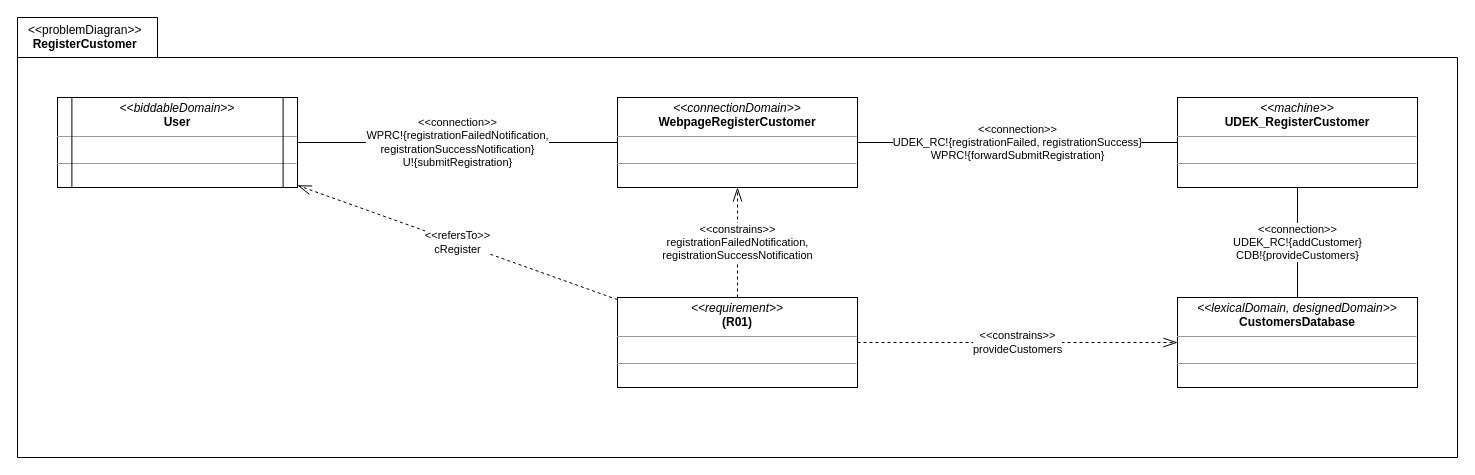
This is page "PD" (1 of 2) of a03_problem_diagram_1.drawio from melvdlin/swtlab, a draw.io file, before an edit. Source tidied: cells renumbered, new cells numbered last; positions are measured from the earlier drawing's top-left corner, leaving out a move shared by most shapes. Both pictures are drawn from the tidied source at 100%, with x=0, y=0 at pixel (17, 17).
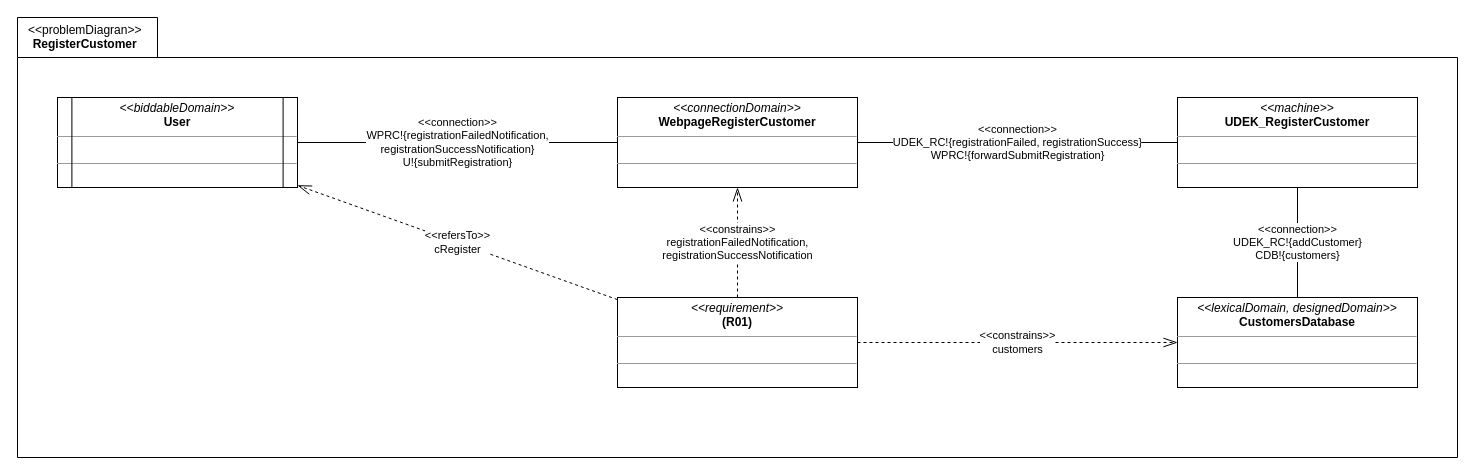
The same diagram, later.

Change to the diagram source:
```diff
@@
 <mxGraphModel>
   <root>
     <mxCell id="0" />
     <mxCell id="1" parent="0" />
     <mxCell id="2" value="&lt;div&gt;&lt;span style=&quot;font-weight: 400&quot;&gt;&amp;lt;&amp;lt;problemDiagran&amp;gt;&amp;gt;&lt;/span&gt;&lt;/div&gt;&lt;div style=&quot;text-align: center&quot;&gt;RegisterCustomer&lt;/div&gt;" style="shape=folder;fontStyle=1;spacingTop=1;tabWidth=140;tabHeight=40;tabPosition=left;html=1;rounded=0;shadow=0;glass=0;comic=0;sketch=0;gradientColor=none;labelPosition=center;verticalLabelPosition=middle;align=left;verticalAlign=top;spacing=0;spacingLeft=11;fillColor=default;" parent="1" vertex="1">
       <mxGeometry width="1440" height="440" as="geometry" />
     </mxCell>
     <mxCell id="3" style="group;" parent="2" vertex="1">
       <mxGeometry x="40" y="80" width="1360" height="290" as="geometry" />
     </mxCell>
     <mxCell id="4" style="group;" parent="3" vertex="1">
       <mxGeometry width="240" height="90" as="geometry" />
     </mxCell>
     <mxCell id="5" value="&lt;p style=&quot;margin: 0px ; margin-top: 4px ; text-align: center&quot;&gt;&lt;i&gt;&amp;lt;&amp;lt;biddableDomain&amp;gt;&amp;gt;&lt;/i&gt;&lt;br&gt;&lt;b&gt;User&lt;/b&gt;&lt;/p&gt;&lt;hr size=&quot;1&quot;&gt;&lt;p style=&quot;margin: 0px ; margin-left: 4px&quot;&gt;&lt;br&gt;&lt;/p&gt;&lt;hr size=&quot;1&quot;&gt;&lt;p style=&quot;margin: 0px ; margin-left: 4px&quot;&gt;&lt;br&gt;&lt;/p&gt;" style="verticalAlign=top;align=left;overflow=fill;fontSize=12;fontFamily=Helvetica;html=1;rounded=0;shadow=0;glass=0;comic=0;sketch=0;fontColor=default;gradientColor=none;points=[[0,0,0,0,0],[0,0.24,0,0,0],[0,0.5,0,0,0],[0,0.76,0,0,0],[0,1,0,0,0],[0.06,0,0,0,0],[0.06,1,0,0,0],[0.13,0,0,0,0],[0.13,1,0,0,0],[0.25,0,0,0,0],[0.25,1,0,0,0],[0.5,0,0,0,0],[0.5,1,0,0,0],[0.75,0,0,0,0],[0.75,1,0,0,0],[0.88,0,0,0,0],[0.88,1,0,0,0],[0.94,0,0,0,0],[0.94,1,0,0,0],[1,0,0,0,0],[1,0.26,0,0,0],[1,0.5,0,0,0],[1,0.76,0,0,0],[1,1,0,0,0]];" parent="4" vertex="1">
       <mxGeometry width="240" height="90" as="geometry" />
     </mxCell>
     <mxCell id="6" style="edgeStyle=none;shape=connector;rounded=0;orthogonalLoop=1;jettySize=auto;html=1;exitX=0.06;exitY=0;exitDx=0;exitDy=0;exitPerimeter=0;entryX=0.06;entryY=1;entryDx=0;entryDy=0;entryPerimeter=0;labelBackgroundColor=default;fontFamily=Helvetica;fontSize=11;fontColor=default;endArrow=none;endFill=0;strokeColor=default;strokeWidth=1;" parent="4" edge="1" source="5" target="5">
       <mxGeometry relative="1" as="geometry" />
     </mxCell>
     <mxCell id="7" style="edgeStyle=none;shape=connector;rounded=0;orthogonalLoop=1;jettySize=auto;html=1;exitX=0.94;exitY=0;exitDx=0;exitDy=0;exitPerimeter=0;entryX=0.94;entryY=1;entryDx=0;entryDy=0;entryPerimeter=0;labelBackgroundColor=default;fontFamily=Helvetica;fontSize=11;fontColor=default;endArrow=none;endFill=0;strokeColor=default;strokeWidth=1;" parent="4" edge="1" source="5" target="5">
       <mxGeometry relative="1" as="geometry" />
     </mxCell>
     <mxCell id="8" value="&lt;p style=&quot;margin: 0px ; margin-top: 4px ; text-align: center&quot;&gt;&lt;i&gt;&amp;lt;&amp;lt;machine&amp;gt;&amp;gt;&lt;/i&gt;&lt;br&gt;&lt;b&gt;UDEK_RegisterCustomer&lt;/b&gt;&lt;/p&gt;&lt;hr size=&quot;1&quot;&gt;&lt;p style=&quot;margin: 0px ; margin-left: 4px&quot;&gt;&lt;br&gt;&lt;/p&gt;&lt;hr size=&quot;1&quot;&gt;&lt;p style=&quot;margin: 0px ; margin-left: 4px&quot;&gt;&lt;br&gt;&lt;/p&gt;" style="verticalAlign=top;align=left;overflow=fill;fontSize=12;fontFamily=Helvetica;html=1;rounded=0;shadow=0;glass=0;comic=0;sketch=0;fontColor=default;gradientColor=none;" parent="3" vertex="1">
       <mxGeometry x="1120" width="240" height="90" as="geometry" />
     </mxCell>
     <mxCell id="9" value="&amp;lt;&amp;lt;connection&amp;gt;&amp;gt;&lt;br&gt;WPRC!{registrationFailedNotification,&lt;br&gt;registrationSuccessNotification}&lt;br&gt;U!{submitRegistration}" style="edgeStyle=none;rounded=0;jettySize=auto;html=1;endArrow=none;endFill=0;endSize=12;" parent="3" edge="1" source="11" target="5">
       <mxGeometry relative="1" as="geometry" />
     </mxCell>
     <mxCell id="10" value="&amp;lt;&amp;lt;connection&amp;gt;&amp;gt;&lt;br&gt;UDEK_RC!{registrationFailed, registrationSuccess}&lt;br&gt;WPRC!{forwardSubmitRegistration}&lt;br&gt;" style="edgeStyle=none;rounded=0;jettySize=auto;html=1;endArrow=none;endFill=0;endSize=12;" parent="3" edge="1" source="11" target="8">
       <mxGeometry relative="1" as="geometry" />
     </mxCell>
     <mxCell id="11" value="&lt;p style=&quot;margin: 0px ; margin-top: 4px ; text-align: center&quot;&gt;&lt;i&gt;&amp;lt;&amp;lt;connectionDomain&amp;gt;&amp;gt;&lt;/i&gt;&lt;br&gt;&lt;b&gt;WebpageRegisterCustomer&lt;/b&gt;&lt;/p&gt;&lt;hr size=&quot;1&quot;&gt;&lt;p style=&quot;margin: 0px ; margin-left: 4px&quot;&gt;&lt;br&gt;&lt;/p&gt;&lt;hr size=&quot;1&quot;&gt;&lt;p style=&quot;margin: 0px ; margin-left: 4px&quot;&gt;&lt;br&gt;&lt;/p&gt;" style="verticalAlign=top;align=left;overflow=fill;fontSize=12;fontFamily=Helvetica;html=1;rounded=0;shadow=0;glass=0;comic=0;sketch=0;fontColor=default;gradientColor=none;" parent="3" vertex="1">
       <mxGeometry x="560" width="240" height="90" as="geometry" />
     </mxCell>
     <mxCell id="12" value="&lt;p style=&quot;margin: 0px ; margin-top: 4px ; text-align: center&quot;&gt;&lt;i&gt;&amp;lt;&amp;lt;lexicalDomain, designedDomain&amp;gt;&amp;gt;&lt;/i&gt;&lt;br&gt;&lt;b&gt;CustomersDatabase&lt;/b&gt;&lt;/p&gt;&lt;hr size=&quot;1&quot;&gt;&lt;p style=&quot;margin: 0px ; margin-left: 4px&quot;&gt;&lt;br&gt;&lt;/p&gt;&lt;hr size=&quot;1&quot;&gt;&lt;p style=&quot;margin: 0px ; margin-left: 4px&quot;&gt;&lt;br&gt;&lt;/p&gt;" style="verticalAlign=top;align=left;overflow=fill;fontSize=12;fontFamily=Helvetica;html=1;rounded=0;shadow=0;glass=0;comic=0;sketch=0;fontColor=default;gradientColor=none;strokeWidth=1;" parent="3" vertex="1">
       <mxGeometry x="1120" y="200" width="240" height="90" as="geometry" />
     </mxCell>
-    <mxCell id="13" value="&amp;lt;&amp;lt;connection&amp;gt;&amp;gt;&lt;br&gt;UDEK_RC!{addCustomer}&lt;br&gt;CDB!{provideCustomers}" style="edgeStyle=none;rounded=0;jettySize=auto;html=1;endArrow=none;endFill=0;endSize=12;" parent="3" edge="1" source="8" target="12">
+    <mxCell id="13" value="&amp;lt;&amp;lt;connection&amp;gt;&amp;gt;&lt;br&gt;UDEK_RC!{addCustomer}&lt;br&gt;CDB!{customers}" style="edgeStyle=none;rounded=0;jettySize=auto;html=1;endArrow=none;endFill=0;endSize=12;" parent="3" edge="1" source="8" target="12">
       <mxGeometry relative="1" as="geometry" />
     </mxCell>
-    <mxCell id="14" value="&amp;lt;&amp;lt;constrains&amp;gt;&amp;gt;&lt;br&gt;provideCustomers" style="rounded=0;jettySize=auto;html=1;dashed=1;endArrow=openThin;endFill=0;endSize=12;" parent="3" edge="1" source="17" target="12">
+    <mxCell id="14" value="&amp;lt;&amp;lt;constrains&amp;gt;&amp;gt;&lt;br&gt;customers" style="rounded=0;jettySize=auto;html=1;dashed=1;endArrow=openThin;endFill=0;endSize=12;" parent="3" edge="1" source="17" target="12">
       <mxGeometry relative="1" as="geometry" />
     </mxCell>
     <mxCell id="15" value="&amp;lt;&amp;lt;refersTo&amp;gt;&amp;gt;&lt;br&gt;cRegister" style="edgeStyle=none;rounded=0;jettySize=auto;html=1;dashed=1;endArrow=openThin;endFill=0;endSize=12;" parent="3" edge="1" source="17" target="5">
       <mxGeometry relative="1" as="geometry" />
     </mxCell>
     <mxCell id="16" value="&amp;lt;&amp;lt;constrains&amp;gt;&amp;gt;&lt;br&gt;registrationFailedNotification,&lt;br&gt;registrationSuccessNotification" style="edgeStyle=none;rounded=0;jettySize=auto;html=1;dashed=1;endArrow=openThin;endFill=0;endSize=12;" parent="3" edge="1" source="17" target="11">
       <mxGeometry relative="1" as="geometry" />
     </mxCell>
     <mxCell id="17" value="&lt;p style=&quot;margin: 0px ; margin-top: 4px ; text-align: center&quot;&gt;&lt;i&gt;&amp;lt;&amp;lt;requirement&amp;gt;&amp;gt;&lt;/i&gt;&lt;br&gt;&lt;b&gt;(R01)&lt;/b&gt;&lt;/p&gt;&lt;hr size=&quot;1&quot;&gt;&lt;p style=&quot;margin: 0px ; margin-left: 4px&quot;&gt;&lt;br&gt;&lt;/p&gt;&lt;hr size=&quot;1&quot;&gt;&lt;p style=&quot;margin: 0px ; margin-left: 4px&quot;&gt;&lt;br&gt;&lt;/p&gt;" style="verticalAlign=top;align=left;overflow=fill;fontSize=12;fontFamily=Helvetica;html=1;rounded=0;shadow=0;glass=0;comic=0;sketch=0;fontColor=default;gradientColor=none;" parent="3" vertex="1">
       <mxGeometry x="560" y="200" width="240" height="90" as="geometry" />
     </mxCell>
   </root>
 </mxGraphModel>
```
